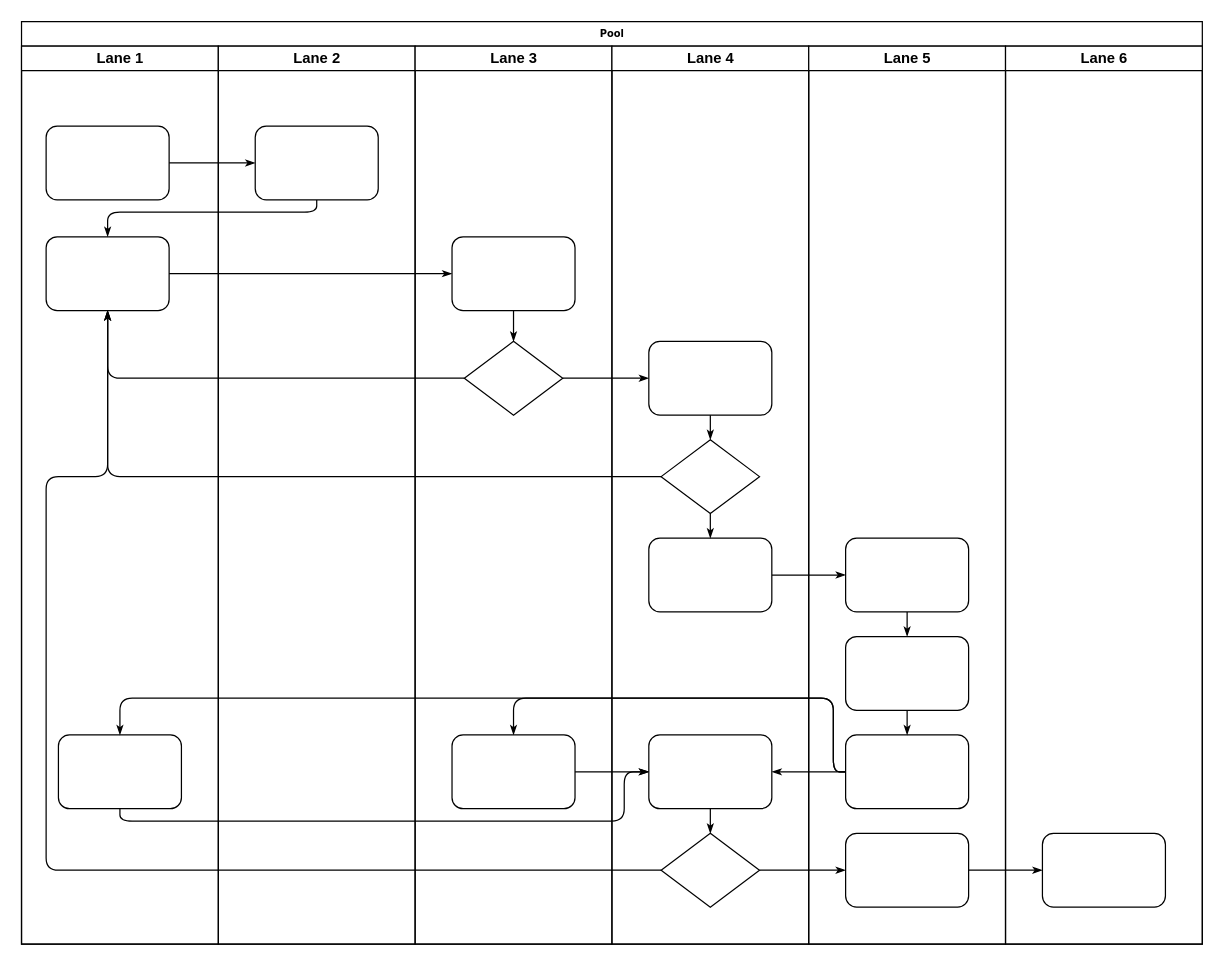
This is docs/src/Untitled Diagram.drawio from AfrikaBurn/TMI, a draw.io file, before an edit. Source tidied: cells renumbered, new cells numbered last; positions are measured from the earlier drawing's top-left corner, leaving out a move shared by most shapes. Both pictures are drawn from the tidied source at 123%, with x=0, y=0 at pixel (21, 21).
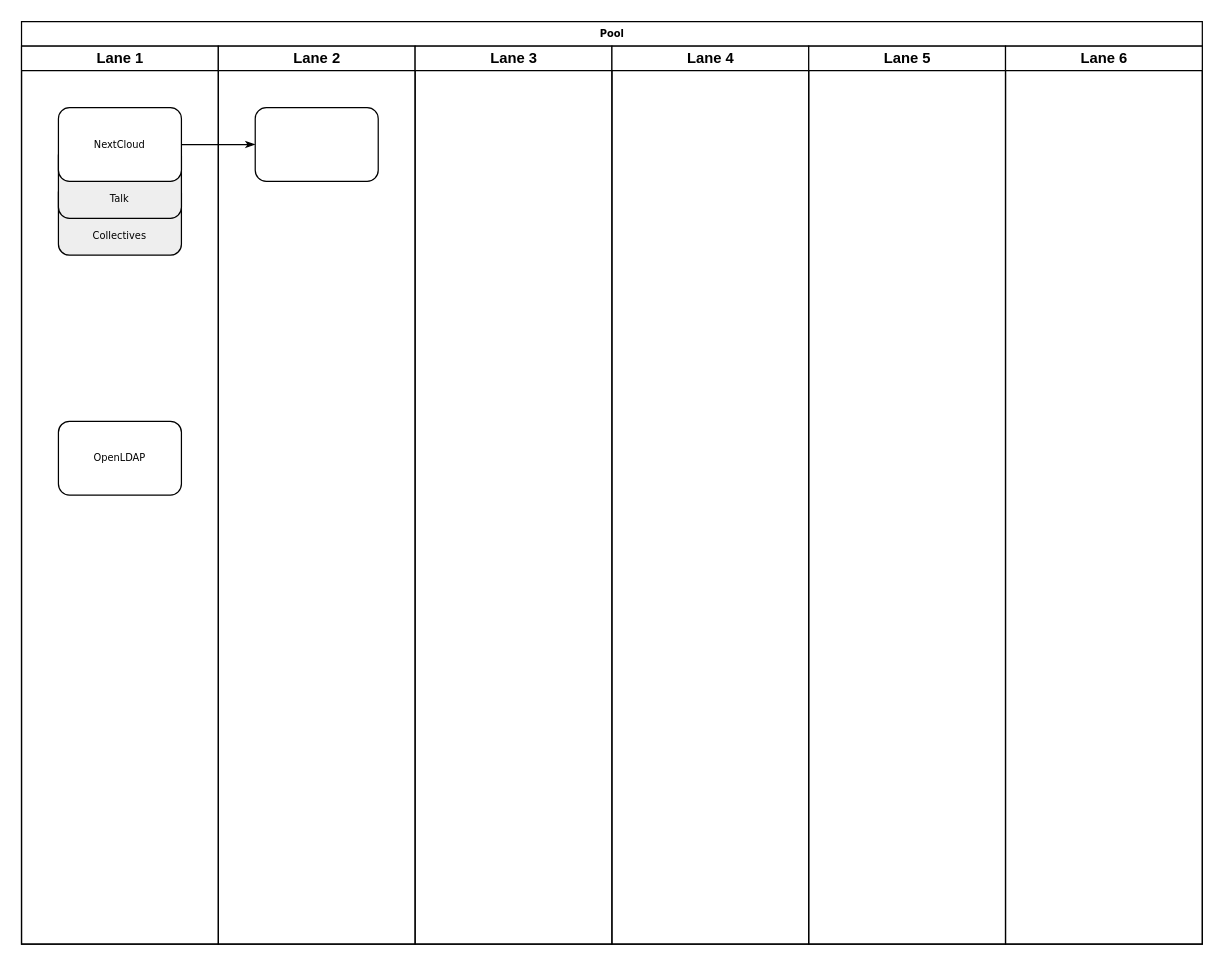
The same diagram, later.

Commit message:
TMI Roadmap

The change refers to these unchanged cells:
```xml
<mxCell id="2" value="Pool" style="swimlane;html=1;startSize=20;rounded=0;shadow=0;labelBackgroundColor=none;strokeWidth=1;fontFamily=Verdana;fontSize=8;align=center;" parent="1" vertex="1">
  <mxGeometry width="960" height="750" as="geometry" />
</mxCell>
<mxCell id="3" value="Lane 1" style="swimlane;html=1;startSize=20;" parent="2" vertex="1">
  <mxGeometry y="20" width="160" height="730" as="geometry" />
</mxCell>
<mxCell id="22" value="Lane 2" style="swimlane;html=1;startSize=20;" parent="2" vertex="1">
  <mxGeometry x="160" y="20" width="160" height="730" as="geometry" />
</mxCell>
<mxCell id="24" value="Lane 3" style="swimlane;html=1;startSize=20;" parent="2" vertex="1">
  <mxGeometry x="320" y="20" width="160" height="730" as="geometry" />
</mxCell>
<mxCell id="29" value="Lane 4" style="swimlane;html=1;startSize=20;" parent="2" vertex="1">
  <mxGeometry x="480" y="20" width="160" height="730" as="geometry" />
</mxCell>
<mxCell id="38" value="Lane 5" style="swimlane;html=1;startSize=20;" parent="2" vertex="1">
  <mxGeometry x="640" y="20" width="160" height="730" as="geometry" />
</mxCell>
<mxCell id="45" value="Lane 6" style="swimlane;html=1;startSize=20;" parent="2" vertex="1">
  <mxGeometry x="800" y="20" width="160" height="730" as="geometry" />
</mxCell>
```

The edit, as a diff of the source:
```diff
@@
+    <mxCell id="47" value="&lt;br&gt;&lt;br&gt;&lt;br&gt;Collectives" style="rounded=1;whiteSpace=wrap;html=1;shadow=0;labelBackgroundColor=none;strokeWidth=1;fontFamily=Verdana;fontSize=8;align=center;fillColor=#eee;" parent="1" vertex="1">
+      <mxGeometry x="30" y="130" width="100" height="60" as="geometry" />
+    </mxCell>
@@
+    <mxCell id="48" value="&lt;br&gt;&lt;br&gt;&lt;br&gt;Talk" style="rounded=1;whiteSpace=wrap;html=1;shadow=0;labelBackgroundColor=none;strokeWidth=1;fontFamily=Verdana;fontSize=8;align=center;fillColor=#eee;" parent="3" vertex="1">
+      <mxGeometry x="30" y="80" width="100" height="60" as="geometry" />
+    </mxCell>
-    <mxCell id="4" style="rounded=1;whiteSpace=wrap;html=1;shadow=0;labelBackgroundColor=none;strokeWidth=1;fontFamily=Verdana;fontSize=8;align=center;" parent="3" vertex="1">
-      <mxGeometry x="20" y="65" width="100" height="60" as="geometry" />
+    <mxCell id="4" value="NextCloud" style="rounded=1;whiteSpace=wrap;html=1;shadow=0;labelBackgroundColor=none;strokeWidth=1;fontFamily=Verdana;fontSize=8;align=center;" parent="3" vertex="1">
+      <mxGeometry x="30" y="50" width="100" height="60" as="geometry" />
     </mxCell>
-    <mxCell id="5" style="rounded=1;whiteSpace=wrap;html=1;shadow=0;labelBackgroundColor=none;strokeWidth=1;fontFamily=Verdana;fontSize=8;align=center;" parent="3" vertex="1">
-      <mxGeometry x="20" y="155" width="100" height="60" as="geometry" />
-    </mxCell>
-    <mxCell id="6" style="rounded=1;whiteSpace=wrap;html=1;shadow=0;labelBackgroundColor=none;strokeWidth=1;fontFamily=Verdana;fontSize=8;align=center;" parent="3" vertex="1">
-      <mxGeometry x="30" y="560" width="100" height="60" as="geometry" />
-    </mxCell>
+    <mxCell id="49" value="OpenLDAP" style="rounded=1;whiteSpace=wrap;html=1;shadow=0;labelBackgroundColor=none;strokeWidth=1;fontFamily=Verdana;fontSize=8;align=center;" parent="3" vertex="1">
+      <mxGeometry x="30" y="305" width="100" height="60" as="geometry" />
+    </mxCell>
@@
-    <mxCell id="8" style="edgeStyle=orthogonalEdgeStyle;rounded=1;html=1;labelBackgroundColor=none;startArrow=none;startFill=0;startSize=5;endArrow=classicThin;endFill=1;endSize=5;jettySize=auto;strokeWidth=1;fontFamily=Verdana;fontSize=8;" parent="2" edge="1" source="23" target="5">
-      <mxGeometry relative="1" as="geometry">
-        <Array as="points">
-          <mxPoint x="240" y="155" />
-          <mxPoint x="70" y="155" />
-        </Array>
-      </mxGeometry>
-    </mxCell>
-    <mxCell id="9" style="edgeStyle=orthogonalEdgeStyle;rounded=1;html=1;labelBackgroundColor=none;startArrow=none;startFill=0;startSize=5;endArrow=classicThin;endFill=1;endSize=5;jettySize=auto;strokeWidth=1;fontFamily=Verdana;fontSize=8;" parent="2" edge="1" source="5" target="25">
-      <mxGeometry relative="1" as="geometry" />
+    <mxCell id="9" style="edgeStyle=orthogonalEdgeStyle;rounded=1;html=1;labelBackgroundColor=none;startArrow=none;startFill=0;startSize=5;endArrow=classicThin;endFill=1;endSize=5;jettySize=auto;orthogonalLoop=1;strokeWidth=1;fontFamily=Verdana;fontSize=8;" parent="2" edge="1">
+      <mxGeometry relative="1" as="geometry">
+        <mxPoint x="120" y="205" as="sourcePoint" />
+      </mxGeometry>
     </mxCell>
-    <mxCell id="10" style="edgeStyle=orthogonalEdgeStyle;rounded=1;html=1;labelBackgroundColor=none;startArrow=none;startFill=0;startSize=5;endArrow=classicThin;endFill=1;endSize=5;jettySize=auto;strokeWidth=1;fontFamily=Verdana;fontSize=8;" parent="2" edge="1" source="26" target="5">
-      <mxGeometry relative="1" as="geometry" />
+    <mxCell id="10" style="edgeStyle=orthogonalEdgeStyle;rounded=1;html=1;labelBackgroundColor=none;startArrow=none;startFill=0;startSize=5;endArrow=classicThin;endFill=1;endSize=5;jettySize=auto;orthogonalLoop=1;strokeWidth=1;fontFamily=Verdana;fontSize=8;" parent="2" edge="1">
+      <mxGeometry relative="1" as="geometry">
+        <mxPoint x="70" y="235" as="targetPoint" />
+      </mxGeometry>
     </mxCell>
-    <mxCell id="11" style="edgeStyle=orthogonalEdgeStyle;rounded=1;html=1;labelBackgroundColor=none;startArrow=none;startFill=0;startSize=5;endArrow=classicThin;endFill=1;endSize=5;jettySize=auto;strokeWidth=1;fontFamily=Verdana;fontSize=8;" parent="2" edge="1" source="31" target="5">
-      <mxGeometry relative="1" as="geometry" />
+    <mxCell id="11" style="edgeStyle=orthogonalEdgeStyle;rounded=1;html=1;labelBackgroundColor=none;startArrow=none;startFill=0;startSize=5;endArrow=classicThin;endFill=1;endSize=5;jettySize=auto;orthogonalLoop=1;strokeWidth=1;fontFamily=Verdana;fontSize=8;" parent="2" edge="1">
+      <mxGeometry relative="1" as="geometry">
+        <mxPoint x="70" y="235" as="targetPoint" />
+      </mxGeometry>
     </mxCell>
-    <mxCell id="12" style="edgeStyle=orthogonalEdgeStyle;rounded=1;html=1;labelBackgroundColor=none;startArrow=none;startFill=0;startSize=5;endArrow=classicThin;endFill=1;endSize=5;jettySize=auto;strokeWidth=1;fontFamily=Verdana;fontSize=8;" parent="2" edge="1" source="34" target="5">
+    <mxCell id="12" style="edgeStyle=orthogonalEdgeStyle;rounded=1;html=1;labelBackgroundColor=none;startArrow=none;startFill=0;startSize=5;endArrow=classicThin;endFill=1;endSize=5;jettySize=auto;orthogonalLoop=1;strokeWidth=1;fontFamily=Verdana;fontSize=8;" parent="2" edge="1">
       <mxGeometry relative="1" as="geometry">
+        <mxPoint x="70" y="235" as="targetPoint" />
         <Array as="points">
           <mxPoint x="20" y="690" />
           <mxPoint x="20" y="370" />
           <mxPoint x="70" y="370" />
         </Array>
       </mxGeometry>
     </mxCell>
-    <mxCell id="13" style="edgeStyle=orthogonalEdgeStyle;rounded=1;html=1;labelBackgroundColor=none;startArrow=none;startFill=0;startSize=5;endArrow=classicThin;endFill=1;endSize=5;jettySize=auto;strokeWidth=1;fontFamily=Verdana;fontSize=8;" parent="2" edge="1" source="26" target="30">
-      <mxGeometry relative="1" as="geometry" />
+    <mxCell id="13" style="edgeStyle=orthogonalEdgeStyle;rounded=1;html=1;labelBackgroundColor=none;startArrow=none;startFill=0;startSize=5;endArrow=classicThin;endFill=1;endSize=5;jettySize=auto;orthogonalLoop=1;strokeWidth=1;fontFamily=Verdana;fontSize=8;" parent="2" edge="1">
+      <mxGeometry relative="1" as="geometry">
+        <mxPoint x="440" y="290" as="sourcePoint" />
+      </mxGeometry>
     </mxCell>
-    <mxCell id="14" style="edgeStyle=orthogonalEdgeStyle;rounded=1;html=1;labelBackgroundColor=none;startArrow=none;startFill=0;startSize=5;endArrow=classicThin;endFill=1;endSize=5;jettySize=auto;strokeWidth=1;fontFamily=Verdana;fontSize=8;" parent="2" edge="1" source="34" target="42">
-      <mxGeometry relative="1" as="geometry" />
+    <mxCell id="14" style="edgeStyle=orthogonalEdgeStyle;rounded=1;html=1;labelBackgroundColor=none;startArrow=none;startFill=0;startSize=5;endArrow=classicThin;endFill=1;endSize=5;jettySize=auto;orthogonalLoop=1;strokeWidth=1;fontFamily=Verdana;fontSize=8;" parent="2" edge="1">
+      <mxGeometry relative="1" as="geometry">
+        <mxPoint x="670" y="690" as="targetPoint" />
+      </mxGeometry>
     </mxCell>
-    <mxCell id="15" style="edgeStyle=orthogonalEdgeStyle;rounded=1;html=1;labelBackgroundColor=none;startArrow=none;startFill=0;startSize=5;endArrow=classicThin;endFill=1;endSize=5;jettySize=auto;strokeWidth=1;fontFamily=Verdana;fontSize=8;" parent="2" edge="1" source="42" target="46">
-      <mxGeometry relative="1" as="geometry" />
+    <mxCell id="15" style="edgeStyle=orthogonalEdgeStyle;rounded=1;html=1;labelBackgroundColor=none;startArrow=none;startFill=0;startSize=5;endArrow=classicThin;endFill=1;endSize=5;jettySize=auto;orthogonalLoop=1;strokeWidth=1;fontFamily=Verdana;fontSize=8;" parent="2" edge="1">
+      <mxGeometry relative="1" as="geometry">
+        <mxPoint x="770" y="690" as="sourcePoint" />
+      </mxGeometry>
     </mxCell>
-    <mxCell id="16" style="edgeStyle=orthogonalEdgeStyle;rounded=1;html=1;labelBackgroundColor=none;startArrow=none;startFill=0;startSize=5;endArrow=classicThin;endFill=1;endSize=5;jettySize=auto;strokeWidth=1;fontFamily=Verdana;fontSize=8;" parent="2" edge="1" source="32" target="39">
-      <mxGeometry relative="1" as="geometry" />
+    <mxCell id="16" style="edgeStyle=orthogonalEdgeStyle;rounded=1;html=1;labelBackgroundColor=none;startArrow=none;startFill=0;startSize=5;endArrow=classicThin;endFill=1;endSize=5;jettySize=auto;orthogonalLoop=1;strokeWidth=1;fontFamily=Verdana;fontSize=8;" parent="2" edge="1">
+      <mxGeometry relative="1" as="geometry">
+        <mxPoint x="610" y="450" as="sourcePoint" />
+      </mxGeometry>
     </mxCell>
-    <mxCell id="17" style="edgeStyle=orthogonalEdgeStyle;rounded=1;html=1;labelBackgroundColor=none;startArrow=none;startFill=0;startSize=5;endArrow=classicThin;endFill=1;endSize=5;jettySize=auto;strokeWidth=1;fontFamily=Verdana;fontSize=8;" parent="2" edge="1" source="41" target="27">
+    <mxCell id="17" style="edgeStyle=orthogonalEdgeStyle;rounded=1;html=1;labelBackgroundColor=none;startArrow=none;startFill=0;startSize=5;endArrow=classicThin;endFill=1;endSize=5;jettySize=auto;orthogonalLoop=1;strokeWidth=1;fontFamily=Verdana;fontSize=8;" parent="2" edge="1">
       <mxGeometry relative="1" as="geometry">
+        <mxPoint x="670" y="610" as="sourcePoint" />
         <Array as="points">
           <mxPoint x="660" y="610" />
           <mxPoint x="660" y="550" />
           <mxPoint x="400" y="550" />
         </Array>
       </mxGeometry>
     </mxCell>
-    <mxCell id="18" style="edgeStyle=orthogonalEdgeStyle;rounded=1;html=1;labelBackgroundColor=none;startArrow=none;startFill=0;startSize=5;endArrow=classicThin;endFill=1;endSize=5;jettySize=auto;strokeColor=#000000;strokeWidth=1;fontFamily=Verdana;fontSize=8;fontColor=#000000;" parent="2" edge="1" source="41" target="33">
-      <mxGeometry relative="1" as="geometry" />
+    <mxCell id="18" style="edgeStyle=orthogonalEdgeStyle;rounded=1;html=1;labelBackgroundColor=none;startArrow=none;startFill=0;startSize=5;endArrow=classicThin;endFill=1;endSize=5;jettySize=auto;orthogonalLoop=1;strokeColor=#000000;strokeWidth=1;fontFamily=Verdana;fontSize=8;fontColor=#000000;" parent="2" edge="1">
+      <mxGeometry relative="1" as="geometry">
+        <mxPoint x="670" y="610" as="sourcePoint" />
+      </mxGeometry>
     </mxCell>
-    <mxCell id="19" style="edgeStyle=orthogonalEdgeStyle;rounded=1;html=1;labelBackgroundColor=none;startArrow=none;startFill=0;startSize=5;endArrow=classicThin;endFill=1;endSize=5;jettySize=auto;strokeWidth=1;fontFamily=Verdana;fontSize=8;" parent="2" edge="1" source="41" target="6">
+    <mxCell id="19" style="edgeStyle=orthogonalEdgeStyle;rounded=1;html=1;labelBackgroundColor=none;startArrow=none;startFill=0;startSize=5;endArrow=classicThin;endFill=1;endSize=5;jettySize=auto;orthogonalLoop=1;strokeWidth=1;fontFamily=Verdana;fontSize=8;" parent="2" edge="1">
       <mxGeometry relative="1" as="geometry">
+        <mxPoint x="80" y="580" as="targetPoint" />
         <Array as="points">
           <mxPoint x="660" y="610" />
           <mxPoint x="660" y="550" />
           <mxPoint x="80" y="550" />
         </Array>
       </mxGeometry>
     </mxCell>
-    <mxCell id="20" style="edgeStyle=orthogonalEdgeStyle;rounded=1;html=1;labelBackgroundColor=none;startArrow=none;startFill=0;startSize=5;endArrow=classicThin;endFill=1;endSize=5;jettySize=auto;strokeWidth=1;fontFamily=Verdana;fontSize=8;" parent="2" edge="1" source="6" target="33">
+    <mxCell id="20" style="edgeStyle=orthogonalEdgeStyle;rounded=1;html=1;labelBackgroundColor=none;startArrow=none;startFill=0;startSize=5;endArrow=classicThin;endFill=1;endSize=5;jettySize=auto;orthogonalLoop=1;strokeWidth=1;fontFamily=Verdana;fontSize=8;" parent="2" edge="1">
       <mxGeometry relative="1" as="geometry">
+        <mxPoint x="80" y="640" as="sourcePoint" />
         <Array as="points">
           <mxPoint x="80" y="650" />
           <mxPoint x="490" y="650" />
           <mxPoint x="490" y="610" />
         </Array>
       </mxGeometry>
     </mxCell>
-    <mxCell id="21" style="edgeStyle=orthogonalEdgeStyle;rounded=1;html=1;labelBackgroundColor=none;startArrow=none;startFill=0;startSize=5;endArrow=classicThin;endFill=1;endSize=5;jettySize=auto;strokeWidth=1;fontFamily=Verdana;fontSize=8;" parent="2" edge="1" source="27" target="33">
-      <mxGeometry relative="1" as="geometry" />
+    <mxCell id="21" style="edgeStyle=orthogonalEdgeStyle;rounded=1;html=1;labelBackgroundColor=none;startArrow=none;startFill=0;startSize=5;endArrow=classicThin;endFill=1;endSize=5;jettySize=auto;orthogonalLoop=1;strokeWidth=1;fontFamily=Verdana;fontSize=8;" parent="2" edge="1">
+      <mxGeometry relative="1" as="geometry">
+        <mxPoint x="510" y="610" as="targetPoint" />
+      </mxGeometry>
     </mxCell>
@@
     <mxCell id="23" style="rounded=1;whiteSpace=wrap;html=1;shadow=0;labelBackgroundColor=none;strokeWidth=1;fontFamily=Verdana;fontSize=8;align=center;" parent="22" vertex="1">
-      <mxGeometry x="30" y="65" width="100" height="60" as="geometry" />
+      <mxGeometry x="30" y="50" width="100" height="60" as="geometry" />
     </mxCell>
@@
-    <mxCell id="25" style="rounded=1;whiteSpace=wrap;html=1;shadow=0;labelBackgroundColor=none;strokeWidth=1;fontFamily=Verdana;fontSize=8;align=center;" parent="24" vertex="1">
-      <mxGeometry x="30" y="155" width="100" height="60" as="geometry" />
-    </mxCell>
-    <mxCell id="26" style="rhombus;whiteSpace=wrap;html=1;rounded=0;shadow=0;labelBackgroundColor=none;strokeWidth=1;fontFamily=Verdana;fontSize=8;align=center;" parent="24" vertex="1">
-      <mxGeometry x="40" y="240" width="80" height="60" as="geometry" />
-    </mxCell>
-    <mxCell id="27" style="rounded=1;whiteSpace=wrap;html=1;shadow=0;labelBackgroundColor=none;strokeWidth=1;fontFamily=Verdana;fontSize=8;align=center;" parent="24" vertex="1">
-      <mxGeometry x="30" y="560" width="100" height="60" as="geometry" />
-    </mxCell>
-    <mxCell id="28" style="edgeStyle=orthogonalEdgeStyle;rounded=1;html=1;labelBackgroundColor=none;startArrow=none;startFill=0;startSize=5;endArrow=classicThin;endFill=1;endSize=5;jettySize=auto;strokeWidth=1;fontFamily=Verdana;fontSize=8;" parent="24" edge="1" source="25" target="26">
-      <mxGeometry relative="1" as="geometry" />
+    <mxCell id="28" style="edgeStyle=orthogonalEdgeStyle;rounded=1;html=1;labelBackgroundColor=none;startArrow=none;startFill=0;startSize=5;endArrow=classicThin;endFill=1;endSize=5;jettySize=auto;orthogonalLoop=1;strokeWidth=1;fontFamily=Verdana;fontSize=8;" parent="24" edge="1">
+      <mxGeometry relative="1" as="geometry">
+        <mxPoint x="80" y="215" as="sourcePoint" />
+      </mxGeometry>
     </mxCell>
@@
-    <mxCell id="30" style="rounded=1;whiteSpace=wrap;html=1;shadow=0;labelBackgroundColor=none;strokeWidth=1;fontFamily=Verdana;fontSize=8;align=center;" parent="29" vertex="1">
-      <mxGeometry x="30" y="240" width="100" height="60" as="geometry" />
-    </mxCell>
-    <mxCell id="31" style="rhombus;whiteSpace=wrap;html=1;rounded=0;shadow=0;labelBackgroundColor=none;strokeWidth=1;fontFamily=Verdana;fontSize=8;align=center;" parent="29" vertex="1">
-      <mxGeometry x="40" y="320" width="80" height="60" as="geometry" />
-    </mxCell>
-    <mxCell id="32" style="rounded=1;whiteSpace=wrap;html=1;shadow=0;labelBackgroundColor=none;strokeWidth=1;fontFamily=Verdana;fontSize=8;align=center;" parent="29" vertex="1">
-      <mxGeometry x="30" y="400" width="100" height="60" as="geometry" />
-    </mxCell>
-    <mxCell id="33" style="rounded=1;whiteSpace=wrap;html=1;shadow=0;labelBackgroundColor=none;strokeWidth=1;fontFamily=Verdana;fontSize=8;align=center;" parent="29" vertex="1">
-      <mxGeometry x="30" y="560" width="100" height="60" as="geometry" />
-    </mxCell>
-    <mxCell id="34" style="rhombus;whiteSpace=wrap;html=1;rounded=0;shadow=0;labelBackgroundColor=none;strokeWidth=1;fontFamily=Verdana;fontSize=8;align=center;" parent="29" vertex="1">
-      <mxGeometry x="40" y="640" width="80" height="60" as="geometry" />
-    </mxCell>
-    <mxCell id="35" style="edgeStyle=orthogonalEdgeStyle;rounded=1;html=1;labelBackgroundColor=none;startArrow=none;startFill=0;startSize=5;endArrow=classicThin;endFill=1;endSize=5;jettySize=auto;strokeColor=#000000;strokeWidth=1;fontFamily=Verdana;fontSize=8;fontColor=#000000;" parent="29" edge="1" source="30" target="31">
-      <mxGeometry relative="1" as="geometry" />
+    <mxCell id="35" style="edgeStyle=orthogonalEdgeStyle;rounded=1;html=1;labelBackgroundColor=none;startArrow=none;startFill=0;startSize=5;endArrow=classicThin;endFill=1;endSize=5;jettySize=auto;orthogonalLoop=1;strokeColor=#000000;strokeWidth=1;fontFamily=Verdana;fontSize=8;fontColor=#000000;" parent="29" edge="1">
+      <mxGeometry relative="1" as="geometry">
+        <mxPoint x="80" y="300" as="sourcePoint" />
+      </mxGeometry>
     </mxCell>
-    <mxCell id="36" style="edgeStyle=orthogonalEdgeStyle;rounded=1;html=1;labelBackgroundColor=none;startArrow=none;startFill=0;startSize=5;endArrow=classicThin;endFill=1;endSize=5;jettySize=auto;strokeWidth=1;fontFamily=Verdana;fontSize=8;" parent="29" edge="1" source="31" target="32">
-      <mxGeometry relative="1" as="geometry" />
+    <mxCell id="36" style="edgeStyle=orthogonalEdgeStyle;rounded=1;html=1;labelBackgroundColor=none;startArrow=none;startFill=0;startSize=5;endArrow=classicThin;endFill=1;endSize=5;jettySize=auto;orthogonalLoop=1;strokeWidth=1;fontFamily=Verdana;fontSize=8;" parent="29" edge="1">
+      <mxGeometry relative="1" as="geometry">
+        <mxPoint x="80" y="380" as="sourcePoint" />
+      </mxGeometry>
     </mxCell>
-    <mxCell id="37" style="edgeStyle=orthogonalEdgeStyle;rounded=1;html=1;labelBackgroundColor=none;startArrow=none;startFill=0;startSize=5;endArrow=classicThin;endFill=1;endSize=5;jettySize=auto;strokeWidth=1;fontFamily=Verdana;fontSize=8;" parent="29" edge="1" source="33" target="34">
-      <mxGeometry relative="1" as="geometry" />
+    <mxCell id="37" style="edgeStyle=orthogonalEdgeStyle;rounded=1;html=1;labelBackgroundColor=none;startArrow=none;startFill=0;startSize=5;endArrow=classicThin;endFill=1;endSize=5;jettySize=auto;orthogonalLoop=1;strokeWidth=1;fontFamily=Verdana;fontSize=8;" parent="29" edge="1">
+      <mxGeometry relative="1" as="geometry">
+        <mxPoint x="80" y="640" as="targetPoint" />
+      </mxGeometry>
     </mxCell>
@@
-    <mxCell id="39" style="rounded=1;whiteSpace=wrap;html=1;shadow=0;labelBackgroundColor=none;strokeWidth=1;fontFamily=Verdana;fontSize=8;align=center;" parent="38" vertex="1">
-      <mxGeometry x="30" y="400" width="100" height="60" as="geometry" />
-    </mxCell>
-    <mxCell id="40" style="rounded=1;whiteSpace=wrap;html=1;shadow=0;labelBackgroundColor=none;strokeWidth=1;fontFamily=Verdana;fontSize=8;align=center;" parent="38" vertex="1">
-      <mxGeometry x="30" y="480" width="100" height="60" as="geometry" />
-    </mxCell>
-    <mxCell id="41" style="rounded=1;whiteSpace=wrap;html=1;shadow=0;labelBackgroundColor=none;strokeWidth=1;fontFamily=Verdana;fontSize=8;align=center;" parent="38" vertex="1">
-      <mxGeometry x="30" y="560" width="100" height="60" as="geometry" />
-    </mxCell>
-    <mxCell id="42" style="rounded=1;whiteSpace=wrap;html=1;shadow=0;labelBackgroundColor=none;strokeWidth=1;fontFamily=Verdana;fontSize=8;align=center;" parent="38" vertex="1">
-      <mxGeometry x="30" y="640" width="100" height="60" as="geometry" />
-    </mxCell>
-    <mxCell id="43" style="edgeStyle=orthogonalEdgeStyle;rounded=1;html=1;labelBackgroundColor=none;startArrow=none;startFill=0;startSize=5;endArrow=classicThin;endFill=1;endSize=5;jettySize=auto;strokeWidth=1;fontFamily=Verdana;fontSize=8;" parent="38" edge="1" source="39" target="40">
-      <mxGeometry relative="1" as="geometry" />
+    <mxCell id="43" style="edgeStyle=orthogonalEdgeStyle;rounded=1;html=1;labelBackgroundColor=none;startArrow=none;startFill=0;startSize=5;endArrow=classicThin;endFill=1;endSize=5;jettySize=auto;orthogonalLoop=1;strokeWidth=1;fontFamily=Verdana;fontSize=8;" parent="38" edge="1">
+      <mxGeometry relative="1" as="geometry">
+        <mxPoint x="80" y="460" as="sourcePoint" />
+      </mxGeometry>
     </mxCell>
-    <mxCell id="44" style="edgeStyle=orthogonalEdgeStyle;rounded=1;html=1;labelBackgroundColor=none;startArrow=none;startFill=0;startSize=5;endArrow=classicThin;endFill=1;endSize=5;jettySize=auto;strokeWidth=1;fontFamily=Verdana;fontSize=8;" parent="38" edge="1" source="40" target="41">
-      <mxGeometry relative="1" as="geometry" />
+    <mxCell id="44" style="edgeStyle=orthogonalEdgeStyle;rounded=1;html=1;labelBackgroundColor=none;startArrow=none;startFill=0;startSize=5;endArrow=classicThin;endFill=1;endSize=5;jettySize=auto;orthogonalLoop=1;strokeWidth=1;fontFamily=Verdana;fontSize=8;" parent="38" edge="1">
+      <mxGeometry relative="1" as="geometry">
+        <mxPoint x="80" y="540" as="sourcePoint" />
+      </mxGeometry>
     </mxCell>
@@
-    <mxCell id="46" style="rounded=1;whiteSpace=wrap;html=1;shadow=0;labelBackgroundColor=none;strokeWidth=1;fontFamily=Verdana;fontSize=8;align=center;" parent="45" vertex="1">
-      <mxGeometry x="30" y="640" width="100" height="60" as="geometry" />
-    </mxCell>
```
